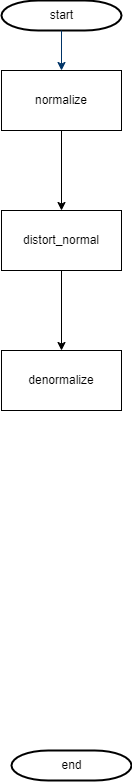
The draw.io diagram distortion_correction.drawio.png in usseez/distortion_correction, before a commit. Source tidied: cells renumbered, new cells last; positions are measured from the earlier drawing's top-left corner, leaving out a move shared by most shapes.
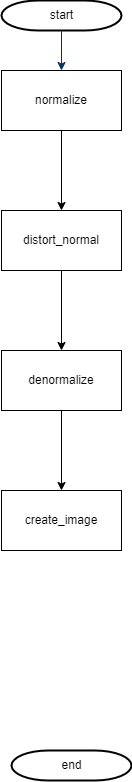
Later version of the same file.

Diff of the diagram source:
```diff
@@ -25,8 +25,14 @@
     <mxCell id="8" value="distort_normal" style="whiteSpace=wrap;html=1;rounded=0;" parent="1" vertex="1">
       <mxGeometry y="210" width="120" height="60" as="geometry" />
     </mxCell>
+    <mxCell id="10" style="edgeStyle=orthogonalEdgeStyle;rounded=0;jettySize=auto;html=1;" parent="1" edge="1" source="9" target="11">
+      <mxGeometry relative="1" as="geometry" />
+    </mxCell>
     <mxCell id="9" value="denormalize" style="whiteSpace=wrap;html=1;rounded=0;" parent="1" vertex="1">
       <mxGeometry y="350" width="120" height="60" as="geometry" />
     </mxCell>
+    <mxCell id="11" value="create_image" style="whiteSpace=wrap;html=1;rounded=0;" parent="1" vertex="1">
+      <mxGeometry y="490" width="120" height="60" as="geometry" />
+    </mxCell>
   </root>
 </mxGraphModel>
```
